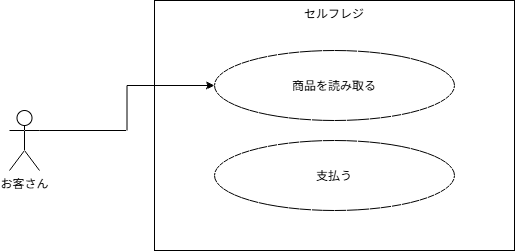
Above: docs/13-1/self-checkout.png in kazu-hisami2/post-app-practice (draw.io), before the change. Source tidied: cells renumbered, new cells last; positions are measured from the earlier drawing's top-left corner, leaving out a move shared by most shapes.
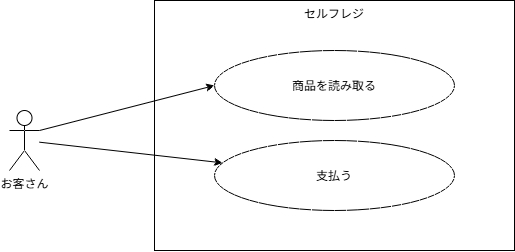
After the commit.

Commit message:
13-1: draw.ioの練習図を追加

Change to the diagram source:
```diff
@@ -5,9 +5,12 @@
     <mxCell id="2" value="セルフレジ" style="rounded=0;whiteSpace=wrap;html=1;labelPosition=center;verticalLabelPosition=middle;align=center;verticalAlign=top;" parent="1" vertex="1">
       <mxGeometry x="145" width="360" height="250" as="geometry" />
     </mxCell>
-    <mxCell id="3" style="edgeStyle=orthogonalEdgeStyle;rounded=0;jettySize=auto;html=1;exitX=1;exitY=0.3333333333333333;exitDx=0;exitDy=0;exitPerimeter=0;" parent="1" edge="1" source="4" target="5">
+    <mxCell id="3" style="rounded=0;jettySize=auto;html=1;exitX=1;exitY=0.3333333333333333;exitDx=0;exitDy=0;exitPerimeter=0;entryX=0;entryY=0.5;entryDx=0;entryDy=0;" parent="1" edge="1" source="4" target="5">
       <mxGeometry relative="1" as="geometry" />
     </mxCell>
+    <mxCell id="7" style="rounded=0;jettySize=auto;html=1;" parent="1" edge="1" source="4" target="6">
+      <mxGeometry relative="1" as="geometry" />
+    </mxCell>
     <mxCell id="4" value="お客さん" style="shape=umlActor;verticalLabelPosition=bottom;verticalAlign=top;html=1;outlineConnect=0;" parent="1" vertex="1">
       <mxGeometry y="110" width="30" height="60" as="geometry" />
     </mxCell>
```
